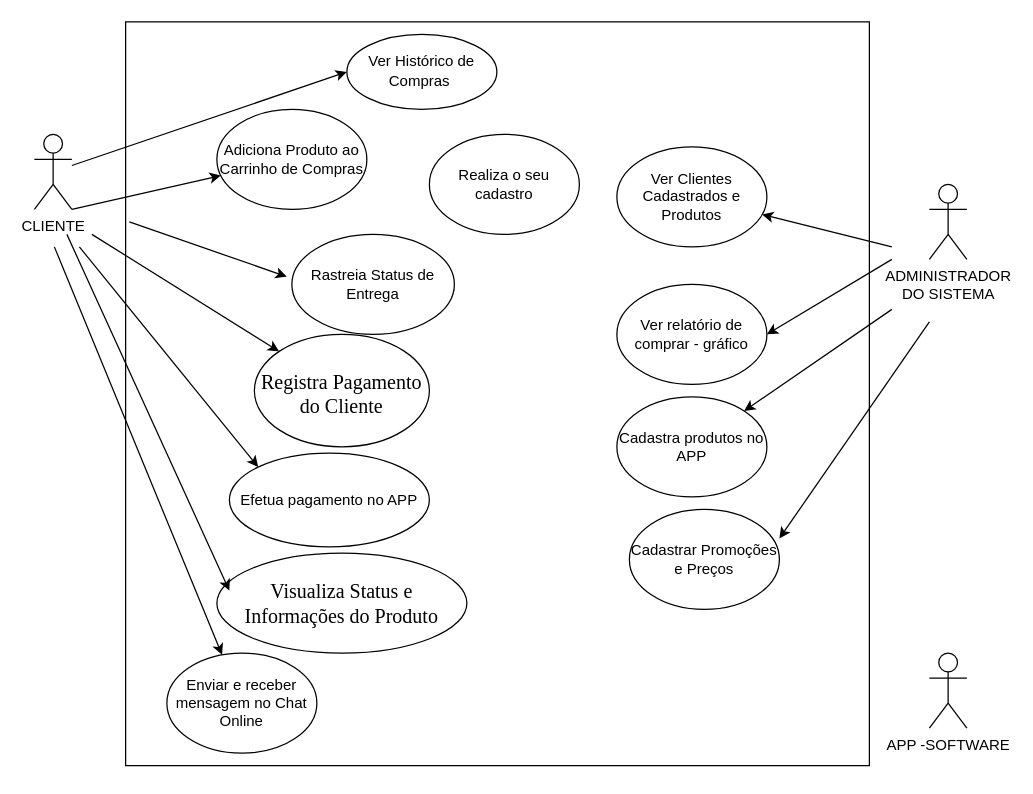
Before: Diagrama sem nome.drawio in Lanylldo/CadAluno, a draw.io diagram. Source tidied: cells renumbered, new cells numbered last; positions are measured from the earlier drawing's top-left corner, leaving out a move shared by most shapes. Both pictures are drawn from the tidied source at 125%, with x=0, y=0 at pixel (34, 21).
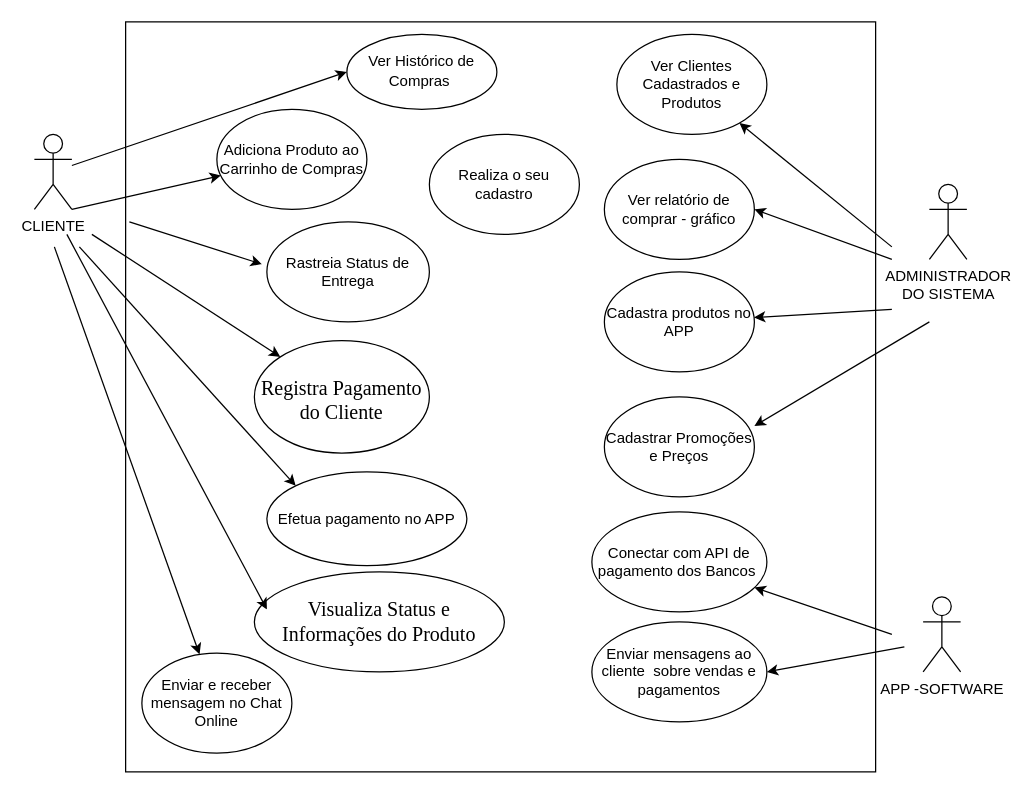
Above is the later version.

The edit, as a diff of the source:
```diff
@@
     <mxCell id="4" value="APP -SOFTWARE" style="shape=umlActor;verticalLabelPosition=bottom;verticalAlign=top;html=1;" parent="1" vertex="1">
-      <mxGeometry x="716" y="505" width="30" height="60" as="geometry" />
+      <mxGeometry x="711" y="460" width="30" height="60" as="geometry" />
     </mxCell>
     <mxCell id="5" style="whiteSpace=wrap;html=1;" parent="1" vertex="1">
-      <mxGeometry x="73" width="595" height="595" as="geometry" />
+      <mxGeometry x="73" width="600" height="600" as="geometry" />
     </mxCell>
@@
     <mxCell id="7" value="Rastreia Status de Entrega" style="ellipse;whiteSpace=wrap;html=1;" parent="1" vertex="1">
-      <mxGeometry x="206" y="170" width="130" height="80" as="geometry" />
+      <mxGeometry x="186" y="160" width="130" height="80" as="geometry" />
     </mxCell>
     <mxCell id="8" value="&lt;br&gt;&lt;span style=&quot;font-size:12.0pt;line-height:&lt;br/&gt;107%;font-family:&amp;quot;Times New Roman&amp;quot;,serif;mso-fareast-font-family:Calibri;&lt;br/&gt;mso-fareast-theme-font:minor-latin;color:black;mso-color-alt:windowtext;&lt;br/&gt;background:#F7F7F8;mso-ansi-language:PT-BR;mso-fareast-language:EN-US;&lt;br/&gt;mso-bidi-language:AR-SA&quot;&gt;&lt;br&gt;Registra Pagamento do Cliente&lt;/span&gt;&lt;br&gt;&lt;br&gt;&lt;br&gt;" style="ellipse;whiteSpace=wrap;html=1;" parent="1" vertex="1">
-      <mxGeometry x="176" y="250" width="140" height="90" as="geometry" />
+      <mxGeometry x="176" y="255" width="140" height="90" as="geometry" />
     </mxCell>
     <mxCell id="9" value="&lt;br&gt;&lt;span style=&quot;font-size:12.0pt;line-height:&lt;br/&gt;107%;font-family:&amp;quot;Times New Roman&amp;quot;,serif;mso-fareast-font-family:Calibri;&lt;br/&gt;mso-fareast-theme-font:minor-latin;color:black;mso-color-alt:windowtext;&lt;br/&gt;background:#F7F7F8;mso-ansi-language:PT-BR;mso-fareast-language:EN-US;&lt;br/&gt;mso-bidi-language:AR-SA&quot;&gt;Visualiza Status e &lt;br&gt;Informações do Produto&lt;/span&gt;&lt;br&gt;&lt;br&gt;" style="ellipse;whiteSpace=wrap;html=1;" parent="1" vertex="1">
-      <mxGeometry x="146" y="425" width="200" height="80" as="geometry" />
+      <mxGeometry x="176" y="440" width="200" height="80" as="geometry" />
     </mxCell>
@@
     <mxCell id="16" value="Enviar e receber mensagem no Chat Online" style="ellipse;whiteSpace=wrap;html=1;" parent="1" vertex="1">
-      <mxGeometry x="106" y="505" width="120" height="80" as="geometry" />
+      <mxGeometry x="86" y="505" width="120" height="80" as="geometry" />
     </mxCell>
@@
     <mxCell id="19" value="Efetua pagamento no APP" style="ellipse;whiteSpace=wrap;html=1;" parent="1" vertex="1">
-      <mxGeometry x="156" y="345" width="160" height="75" as="geometry" />
+      <mxGeometry x="186" y="360" width="160" height="75" as="geometry" />
     </mxCell>
@@
     <mxCell id="21" value="Cadastra produtos no APP" style="ellipse;whiteSpace=wrap;html=1;" parent="1" vertex="1">
-      <mxGeometry x="466" y="300" width="120" height="80" as="geometry" />
+      <mxGeometry x="456" y="200" width="120" height="80" as="geometry" />
     </mxCell>
     <mxCell id="22" value="Ver relatório de comprar - gráfico" style="ellipse;whiteSpace=wrap;html=1;" parent="1" vertex="1">
-      <mxGeometry x="466" y="210" width="120" height="80" as="geometry" />
+      <mxGeometry x="456" y="110" width="120" height="80" as="geometry" />
     </mxCell>
     <mxCell id="23" value="Ver Clientes Cadastrados e Produtos" style="ellipse;whiteSpace=wrap;html=1;" parent="1" vertex="1">
-      <mxGeometry x="466" y="100" width="120" height="80" as="geometry" />
+      <mxGeometry x="466" y="10" width="120" height="80" as="geometry" />
     </mxCell>
@@
     <mxCell id="26" value="Cadastrar Promoções e Preços" style="ellipse;whiteSpace=wrap;html=1;" parent="1" vertex="1">
-      <mxGeometry x="476" y="390" width="120" height="80" as="geometry" />
+      <mxGeometry x="456" y="300" width="120" height="80" as="geometry" />
     </mxCell>
@@
+    <mxCell id="29" value="Conectar com API de pagamento dos Bancos&amp;nbsp;" style="ellipse;whiteSpace=wrap;html=1;" parent="1" vertex="1">
+      <mxGeometry x="446" y="392" width="140" height="80" as="geometry" />
+    </mxCell>
+    <mxCell id="30" value="Enviar mensagens ao cliente&amp;nbsp; sobre vendas e pagamentos" style="ellipse;whiteSpace=wrap;html=1;" parent="1" vertex="1">
+      <mxGeometry x="446" y="480" width="140" height="80" as="geometry" />
+    </mxCell>
+    <mxCell id="31" style="endArrow=classic;html=1;rounded=0;" parent="1" edge="1" target="29">
+      <mxGeometry relative="1" as="geometry">
+        <mxPoint x="686" y="490" as="sourcePoint" />
+      </mxGeometry>
+    </mxCell>
+    <mxCell id="32" style="endArrow=classic;html=1;rounded=0;entryX=1;entryY=0.5;entryDx=0;entryDy=0;" parent="1" edge="1" target="30">
+      <mxGeometry relative="1" as="geometry">
+        <mxPoint x="696" y="500" as="sourcePoint" />
+      </mxGeometry>
+    </mxCell>
```
